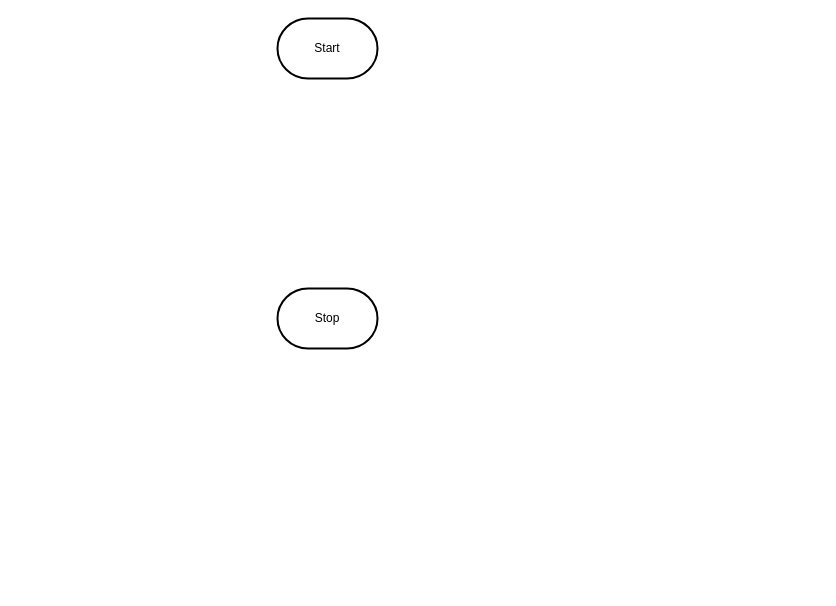
Earlier version of the draw.io diagram design/flowchart.drawio (MTHS-ICD2O-1-2024/ICD2O-Unit-5-08-Devin-boucher). Source tidied: cells renumbered, new cells numbered last; positions are measured from the earlier drawing's top-left corner, leaving out a move shared by most shapes. Both pictures are drawn from the tidied source at 100%, with x=0, y=0 at pixel (277, 18).
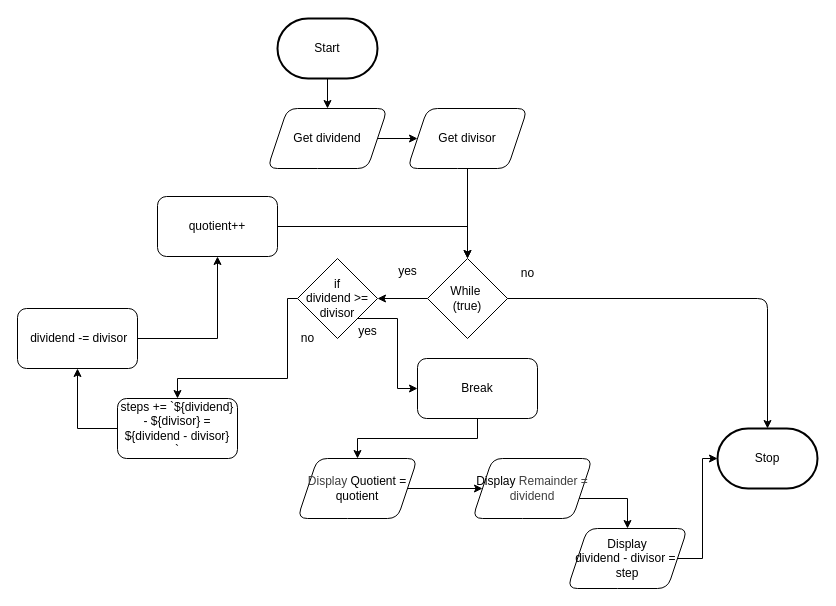
The same page after the edit.

Commit message (it also covers changes not shown here):
made flow chart

Unchanged cells that the change refers to:
```xml
<mxCell id="2" value="Start" style="strokeWidth=2;html=1;shape=mxgraph.flowchart.terminator;whiteSpace=wrap;" parent="1" vertex="1">
  <mxGeometry width="100" height="60" as="geometry" />
</mxCell>
```

What changed in the source:
```diff
@@
+    <mxCell id="4" style="edgeStyle=orthogonalEdgeStyle;html=1;" parent="1" edge="1" source="2" target="6">
+      <mxGeometry relative="1" as="geometry" />
+    </mxCell>
@@
     <mxCell id="3" value="Stop" style="strokeWidth=2;html=1;shape=mxgraph.flowchart.terminator;whiteSpace=wrap;" parent="1" vertex="1">
-      <mxGeometry y="270" width="100" height="60" as="geometry" />
+      <mxGeometry x="440" y="410" width="100" height="60" as="geometry" />
     </mxCell>
+    <mxCell id="5" style="edgeStyle=orthogonalEdgeStyle;html=1;" parent="1" edge="1" source="6" target="8">
+      <mxGeometry relative="1" as="geometry" />
+    </mxCell>
+    <mxCell id="6" value="Get dividend" style="shape=parallelogram;perimeter=parallelogramPerimeter;whiteSpace=wrap;html=1;fixedSize=1;rounded=1;" parent="1" vertex="1">
+      <mxGeometry x="-10" y="90" width="120" height="60" as="geometry" />
+    </mxCell>
+    <mxCell id="7" style="edgeStyle=orthogonalEdgeStyle;html=1;" parent="1" edge="1" source="8" target="10">
+      <mxGeometry relative="1" as="geometry" />
+    </mxCell>
+    <mxCell id="8" value="Get&amp;nbsp;divisor" style="shape=parallelogram;perimeter=parallelogramPerimeter;whiteSpace=wrap;html=1;fixedSize=1;rounded=1;" parent="1" vertex="1">
+      <mxGeometry x="130" y="90" width="120" height="60" as="geometry" />
+    </mxCell>
+    <mxCell id="9" style="edgeStyle=orthogonalEdgeStyle;html=1;" parent="1" edge="1" source="10" target="13">
+      <mxGeometry relative="1" as="geometry" />
+    </mxCell>
+    <mxCell id="10" value="While&amp;nbsp;&lt;div&gt;&lt;span style=&quot;font-size: 12px;&quot;&gt;(true)&lt;/span&gt;&lt;/div&gt;" style="rhombus;whiteSpace=wrap;html=1;" parent="1" vertex="1">
+      <mxGeometry x="150" y="240" width="80" height="80" as="geometry" />
+    </mxCell>
+    <mxCell id="11" style="edgeStyle=orthogonalEdgeStyle;html=1;rounded=0;curved=0;" parent="1" edge="1" source="13" target="18">
+      <mxGeometry relative="1" as="geometry">
+        <Array as="points">
+          <mxPoint x="10" y="280" />
+          <mxPoint x="10" y="360" />
+          <mxPoint x="-100" y="360" />
+        </Array>
+      </mxGeometry>
+    </mxCell>
+    <mxCell id="12" style="edgeStyle=orthogonalEdgeStyle;html=1;exitX=1;exitY=1;exitDx=0;exitDy=0;entryX=0;entryY=0.5;entryDx=0;entryDy=0;rounded=0;curved=0;" parent="1" edge="1" source="13" target="24">
+      <mxGeometry relative="1" as="geometry" />
+    </mxCell>
+    <mxCell id="13" value="if&lt;div&gt;&lt;span style=&quot;font-size: 12px;&quot;&gt;dividend &amp;gt;= divisor&lt;/span&gt;&lt;/div&gt;" style="rhombus;whiteSpace=wrap;html=1;" parent="1" vertex="1">
+      <mxGeometry x="20" y="240" width="80" height="80" as="geometry" />
+    </mxCell>
+    <mxCell id="14" style="edgeStyle=orthogonalEdgeStyle;html=1;entryX=0.5;entryY=0;entryDx=0;entryDy=0;entryPerimeter=0;" parent="1" edge="1" source="10" target="3">
+      <mxGeometry relative="1" as="geometry" />
+    </mxCell>
+    <mxCell id="15" value="no" style="text;html=1;align=center;verticalAlign=middle;strokeColor=none;fillColor=none;" parent="1" vertex="1">
+      <mxGeometry x="230" y="240" width="40" height="30" as="geometry" />
+    </mxCell>
+    <mxCell id="16" value="&lt;div&gt;Display&lt;/div&gt;&lt;font color=&quot;#000000&quot;&gt;&lt;span style=&quot;font-size: 12px;&quot;&gt;dividend - divisor =&amp;nbsp; step&lt;/span&gt;&lt;/font&gt;" style="shape=parallelogram;perimeter=parallelogramPerimeter;whiteSpace=wrap;html=1;fixedSize=1;shadow=0;rounded=1;" parent="1" vertex="1">
+      <mxGeometry x="290" y="510" width="120" height="60" as="geometry" />
+    </mxCell>
+    <mxCell id="17" style="edgeStyle=orthogonalEdgeStyle;html=1;rounded=0;curved=0;" parent="1" edge="1" source="18" target="20">
+      <mxGeometry relative="1" as="geometry">
+        <Array as="points">
+          <mxPoint x="-200" y="410" />
+        </Array>
+      </mxGeometry>
+    </mxCell>
+    <mxCell id="18" value="steps += `${dividend} - ${divisor} = ${dividend - divisor}&lt;br&gt;`" style="rounded=1;whiteSpace=wrap;html=1;" parent="1" vertex="1">
+      <mxGeometry x="-160" y="380" width="120" height="60" as="geometry" />
+    </mxCell>
+    <mxCell id="19" style="edgeStyle=orthogonalEdgeStyle;html=1;rounded=0;curved=0;" parent="1" edge="1" source="20" target="22">
+      <mxGeometry relative="1" as="geometry" />
+    </mxCell>
+    <mxCell id="20" value="&lt;div&gt;&lt;font color=&quot;#000000&quot;&gt;&lt;span style=&quot;font-size: 12px;&quot;&gt;&amp;nbsp;dividend -= divisor&lt;/span&gt;&lt;/font&gt;&lt;/div&gt;" style="rounded=1;whiteSpace=wrap;html=1;" parent="1" vertex="1">
+      <mxGeometry x="-260" y="290" width="120" height="60" as="geometry" />
+    </mxCell>
+    <mxCell id="21" style="edgeStyle=orthogonalEdgeStyle;html=1;entryX=0.5;entryY=0;entryDx=0;entryDy=0;strokeColor=default;rounded=0;curved=0;" parent="1" edge="1" source="22" target="10">
+      <mxGeometry relative="1" as="geometry" />
+    </mxCell>
+    <mxCell id="22" value="&lt;font color=&quot;#000000&quot;&gt;&lt;span style=&quot;font-size: 12px;&quot;&gt;quotient++&lt;/span&gt;&lt;/font&gt;" style="rounded=1;whiteSpace=wrap;html=1;" parent="1" vertex="1">
+      <mxGeometry x="-120" y="178" width="120" height="60" as="geometry" />
+    </mxCell>
+    <mxCell id="23" style="edgeStyle=orthogonalEdgeStyle;html=1;entryX=0.5;entryY=0;entryDx=0;entryDy=0;rounded=0;curved=0;" parent="1" edge="1" source="24" target="30">
+      <mxGeometry relative="1" as="geometry" />
+    </mxCell>
+    <mxCell id="24" value="Break" style="rounded=1;whiteSpace=wrap;html=1;" parent="1" vertex="1">
+      <mxGeometry x="140" y="340" width="120" height="60" as="geometry" />
+    </mxCell>
+    <mxCell id="25" value="yes" style="text;html=1;align=center;verticalAlign=middle;strokeColor=none;fillColor=none;" parent="1" vertex="1">
+      <mxGeometry x="110" y="238" width="40" height="30" as="geometry" />
+    </mxCell>
+    <mxCell id="26" value="no" style="text;html=1;align=center;verticalAlign=middle;strokeColor=none;fillColor=none;" parent="1" vertex="1">
+      <mxGeometry x="10" y="305" width="40" height="30" as="geometry" />
+    </mxCell>
+    <mxCell id="27" value="yes" style="text;html=1;align=center;verticalAlign=middle;strokeColor=none;fillColor=none;" parent="1" vertex="1">
+      <mxGeometry x="70" y="298" width="40" height="30" as="geometry" />
+    </mxCell>
+    <mxCell id="28" style="edgeStyle=orthogonalEdgeStyle;html=1;entryX=0;entryY=0.5;entryDx=0;entryDy=0;entryPerimeter=0;rounded=0;curved=0;" parent="1" edge="1" source="16" target="3">
+      <mxGeometry relative="1" as="geometry" />
+    </mxCell>
+    <mxCell id="29" style="edgeStyle=orthogonalEdgeStyle;html=1;entryX=0;entryY=0.5;entryDx=0;entryDy=0;" parent="1" edge="1" source="30" target="32">
+      <mxGeometry relative="1" as="geometry" />
+    </mxCell>
+    <mxCell id="30" value="&lt;font color=&quot;#000000&quot;&gt;&lt;span style=&quot;color: rgb(63, 63, 63);&quot;&gt;Display&amp;nbsp;&lt;/span&gt;&lt;span style=&quot;font-size: 12px;&quot;&gt;Quotient = q&lt;/span&gt;&lt;/font&gt;&lt;span style=&quot;font-size: 12px;&quot;&gt;uotient&lt;/span&gt;" style="shape=parallelogram;perimeter=parallelogramPerimeter;whiteSpace=wrap;html=1;fixedSize=1;rounded=1;" parent="1" vertex="1">
+      <mxGeometry x="20" y="440" width="120" height="60" as="geometry" />
+    </mxCell>
+    <mxCell id="31" style="edgeStyle=orthogonalEdgeStyle;html=1;entryX=0.5;entryY=0;entryDx=0;entryDy=0;strokeColor=default;rounded=0;curved=0;" parent="1" edge="1" source="32" target="16">
+      <mxGeometry relative="1" as="geometry">
+        <Array as="points">
+          <mxPoint x="350" y="480" />
+        </Array>
+      </mxGeometry>
+    </mxCell>
+    <mxCell id="32" value="&lt;div&gt;&lt;font color=&quot;#000000&quot;&gt;&lt;span style=&quot;font-size: 12px;&quot;&gt;Display &lt;/span&gt;&lt;/font&gt;&lt;span style=&quot;color: rgb(63, 63, 63); background-color: transparent;&quot;&gt;Remainder = dividend&lt;/span&gt;&lt;/div&gt;" style="shape=parallelogram;perimeter=parallelogramPerimeter;whiteSpace=wrap;html=1;fixedSize=1;rounded=1;" parent="1" vertex="1">
+      <mxGeometry x="195" y="440" width="120" height="60" as="geometry" />
+    </mxCell>
```
